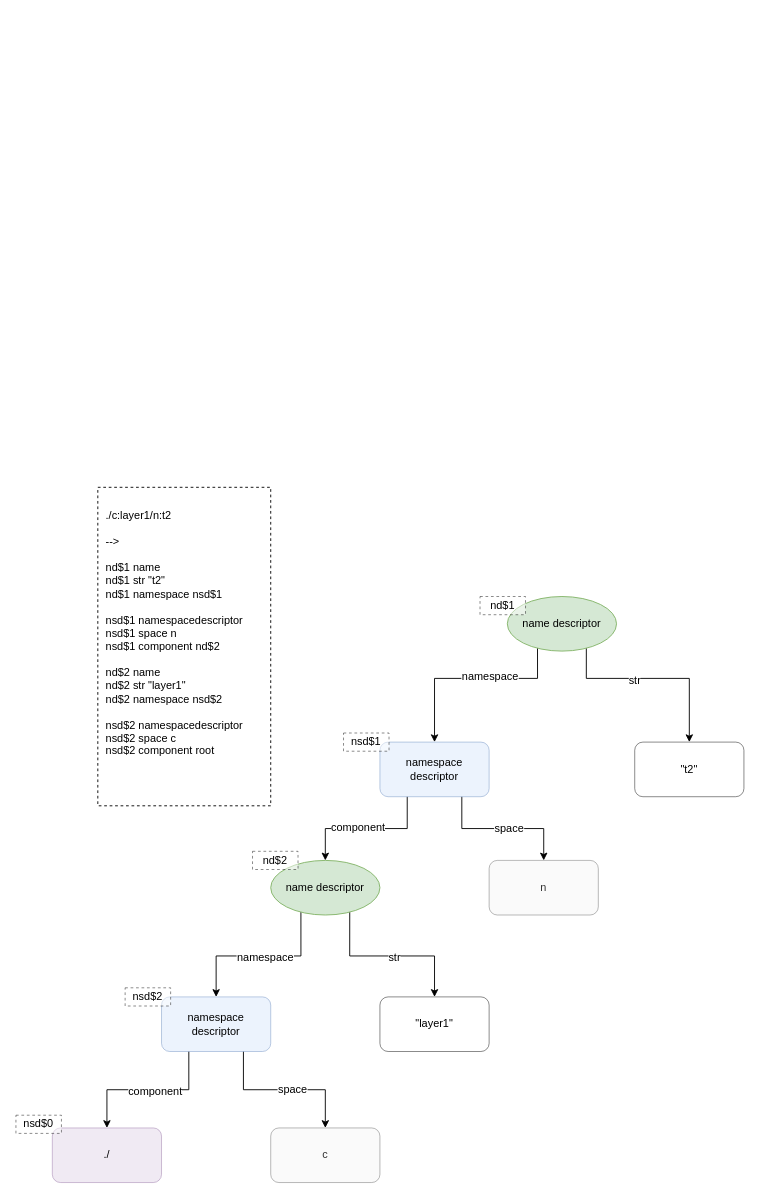
Before: page "namespaces" (14 of 21) of hello manual.drawio in guitarvydas/asc-manually, a draw.io diagram. Source tidied: cells renumbered, new cells numbered last; positions are measured from the earlier drawing's top-left corner, leaving out a move shared by most shapes. Both pictures are drawn from the tidied source at 91%, with x=0, y=0 at pixel (15, 487).
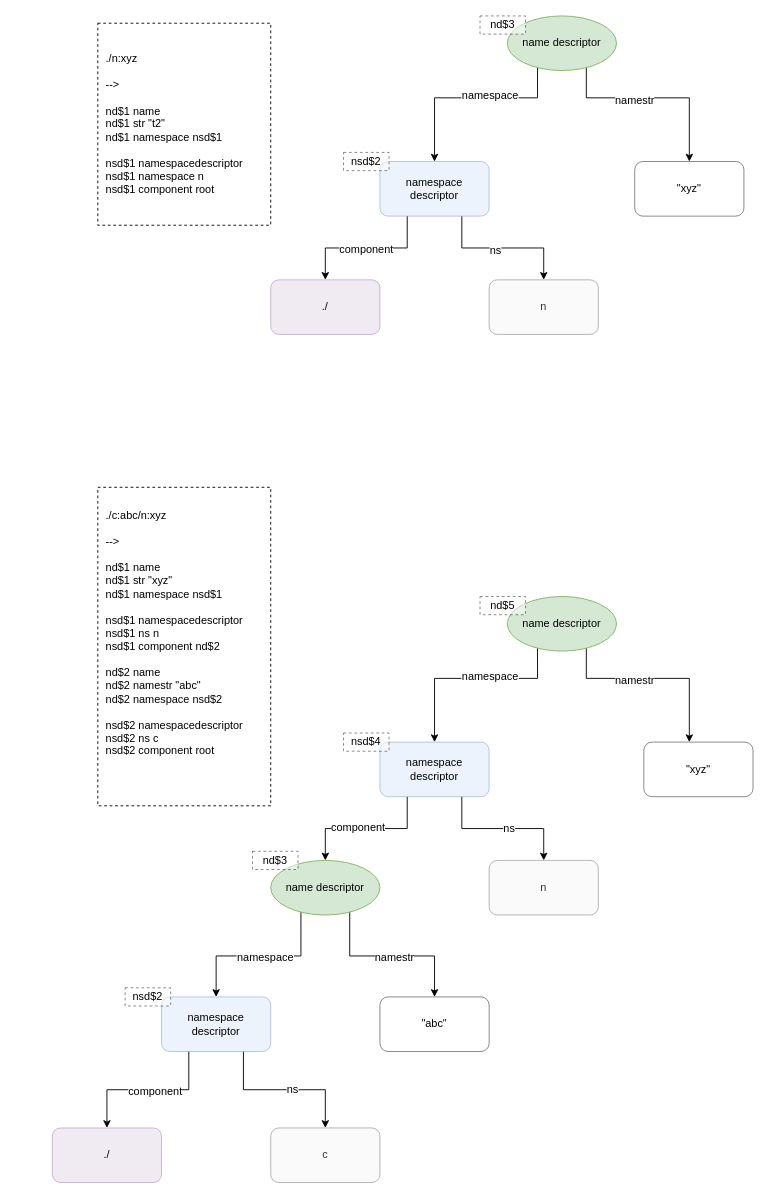
The same page after the edit.

Unchanged cells that the change refers to:
```xml
<mxCell id="7" value="name descriptor" style="ellipse;whiteSpace=wrap;html=1;fontFamily=Helvetica;fontSize=12;fontColor=#000000;align=center;strokeColor=#82b366;fillColor=#d5e8d4;" parent="1" vertex="1">
  <mxGeometry x="540" y="120" width="120" height="60" as="geometry" />
</mxCell>
<mxCell id="9" style="edgeStyle=orthogonalEdgeStyle;rounded=0;jettySize=auto;html=1;exitX=0.75;exitY=1;exitDx=0;exitDy=0;entryX=0.5;entryY=0;entryDx=0;entryDy=0;" parent="1" edge="1" source="13" target="20">
  <mxGeometry relative="1" as="geometry" />
</mxCell>
<mxCell id="14" style="edgeStyle=orthogonalEdgeStyle;rounded=0;jettySize=auto;html=1;exitX=0.75;exitY=1;exitDx=0;exitDy=0;entryX=0.5;entryY=0;entryDx=0;entryDy=0;" parent="1" edge="1" source="18" target="19">
  <mxGeometry relative="1" as="geometry" />
</mxCell>
<mxCell id="21" style="edgeStyle=orthogonalEdgeStyle;rounded=0;jettySize=auto;html=1;exitX=0.75;exitY=1;exitDx=0;exitDy=0;entryX=0.5;entryY=0;entryDx=0;entryDy=0;" parent="1" edge="1" source="25" target="27">
  <mxGeometry relative="1" as="geometry" />
</mxCell>
```

The edit, as a diff of the source:
```diff
@@
-    <mxCell id="2" value="&lt;div&gt;./c:layer1/n:t2&lt;/div&gt;&lt;div&gt;&lt;br&gt;&lt;/div&gt;&lt;div&gt;--&amp;gt;&lt;/div&gt;&lt;div&gt;&lt;br&gt;&lt;/div&gt;&lt;div&gt;&lt;div&gt;nd$1 name&lt;/div&gt;&lt;div&gt;nd$1 str &quot;t2&quot;&lt;/div&gt;&lt;div&gt;nd$1 namespace nsd$1&lt;/div&gt;&lt;div&gt;&lt;br&gt;&lt;/div&gt;&lt;div&gt;nsd$1 namespacedescriptor&lt;/div&gt;&lt;div&gt;nsd$1 space n&lt;/div&gt;&lt;div&gt;nsd$1 component nd$2&lt;/div&gt;&lt;div&gt;&lt;br&gt;&lt;/div&gt;&lt;div&gt;nd$2 name&lt;/div&gt;&lt;div&gt;nd$2 str &quot;layer1&quot;&lt;/div&gt;&lt;div&gt;nd$2 namespace nsd$2&lt;/div&gt;&lt;div&gt;&lt;br&gt;&lt;/div&gt;&lt;div&gt;nsd$2 namespacedescriptor&lt;/div&gt;&lt;div&gt;nsd$2 space c&lt;/div&gt;&lt;div&gt;nsd$2 component root&lt;/div&gt;&lt;div&gt;&lt;br&gt;&lt;/div&gt;&lt;div&gt;&lt;br&gt;&lt;/div&gt;&lt;/div&gt;" style="rounded=0;whiteSpace=wrap;html=1;fontFamily=Helvetica;fontSize=12;fontColor=#000000;align=left;strokeColor=#000000;fillColor=#ffffff;spacing=9;dashed=1;" parent="1" vertex="1">
+    <mxCell id="2" value="&lt;div&gt;./c:abc/n:xyz&lt;/div&gt;&lt;div&gt;&lt;br&gt;&lt;/div&gt;&lt;div&gt;--&amp;gt;&lt;/div&gt;&lt;div&gt;&lt;br&gt;&lt;/div&gt;&lt;div&gt;&lt;div&gt;nd$1 name&lt;/div&gt;&lt;div&gt;nd$1 str &quot;xyz&quot;&lt;/div&gt;&lt;div&gt;nd$1 namespace nsd$1&lt;/div&gt;&lt;div&gt;&lt;br&gt;&lt;/div&gt;&lt;div&gt;nsd$1 namespacedescriptor&lt;/div&gt;&lt;div&gt;nsd$1 ns n&lt;/div&gt;&lt;div&gt;nsd$1 component nd$2&lt;/div&gt;&lt;div&gt;&lt;br&gt;&lt;/div&gt;&lt;div&gt;nd$2 name&lt;/div&gt;&lt;div&gt;nd$2 namestr &quot;abc&quot;&lt;/div&gt;&lt;div&gt;nd$2 namespace nsd$2&lt;/div&gt;&lt;div&gt;&lt;br&gt;&lt;/div&gt;&lt;div&gt;nsd$2 namespacedescriptor&lt;/div&gt;&lt;div&gt;nsd$2 ns c&lt;/div&gt;&lt;div&gt;nsd$2 component root&lt;/div&gt;&lt;div&gt;&lt;br&gt;&lt;/div&gt;&lt;div&gt;&lt;br&gt;&lt;/div&gt;&lt;/div&gt;" style="rounded=0;whiteSpace=wrap;html=1;fontFamily=Helvetica;fontSize=12;fontColor=#000000;align=left;strokeColor=#000000;fillColor=#ffffff;spacing=9;dashed=1;" parent="1" vertex="1">
       <mxGeometry x="90" width="190" height="350" as="geometry" />
     </mxCell>
-    <mxCell id="3" style="edgeStyle=orthogonalEdgeStyle;rounded=0;jettySize=auto;html=1;exitX=0.75;exitY=1;exitDx=0;exitDy=0;entryX=0.5;entryY=0;entryDx=0;entryDy=0;" parent="1" edge="1" source="7" target="8">
+    <mxCell id="3" style="edgeStyle=orthogonalEdgeStyle;rounded=0;jettySize=auto;html=1;exitX=0.75;exitY=1;exitDx=0;exitDy=0;entryX=0.5;entryY=0;entryDx=0;entryDy=0;" parent="1" edge="1" source="7">
       <mxGeometry relative="1" as="geometry">
+        <mxPoint x="740" y="280" as="targetPoint" />
         <Array as="points">
           <mxPoint x="627" y="210" />
           <mxPoint x="740" y="210" />
         </Array>
       </mxGeometry>
     </mxCell>
-    <mxCell id="4" value="str" style="text;html=1;align=center;verticalAlign=middle;labelBackgroundColor=#ffffff;" parent="3" vertex="1">
+    <mxCell id="4" value="namestr" style="text;html=1;align=center;verticalAlign=middle;labelBackgroundColor=#ffffff;" parent="3" vertex="1">
       <mxGeometry x="0.23" y="-2" relative="1" as="geometry">
         <mxPoint x="-47" as="offset" />
       </mxGeometry>
     </mxCell>
@@
-    <mxCell id="8" value="&quot;t2&quot;" style="rounded=1;whiteSpace=wrap;html=1;opacity=50;" parent="1" vertex="1">
-      <mxGeometry x="680" y="280" width="120" height="60" as="geometry" />
+    <mxCell id="8" value="&quot;xyz&quot;" style="rounded=1;whiteSpace=wrap;html=1;opacity=50;" parent="1" vertex="1">
+      <mxGeometry x="690" y="280" width="120" height="60" as="geometry" />
     </mxCell>
@@
-    <mxCell id="10" value="str" style="text;html=1;align=center;verticalAlign=middle;labelBackgroundColor=#ffffff;" parent="9" vertex="1">
+    <mxCell id="10" value="namestr" style="text;html=1;align=center;verticalAlign=middle;labelBackgroundColor=#ffffff;" parent="9" vertex="1">
       <mxGeometry x="0.27" y="-1" relative="1" as="geometry">
         <mxPoint x="-21" as="offset" />
       </mxGeometry>
     </mxCell>
@@
-    <mxCell id="15" value="space" style="text;html=1;align=center;verticalAlign=middle;labelBackgroundColor=#ffffff;" parent="14" vertex="1">
+    <mxCell id="15" value="ns" style="text;html=1;align=center;verticalAlign=middle;labelBackgroundColor=#ffffff;" parent="14" vertex="1">
       <mxGeometry x="0.29" y="1" relative="1" as="geometry">
         <mxPoint x="-17" as="offset" />
       </mxGeometry>
     </mxCell>
@@
-    <mxCell id="20" value="&quot;layer1&quot;" style="rounded=1;whiteSpace=wrap;html=1;opacity=50;" parent="1" vertex="1">
+    <mxCell id="20" value="&quot;abc&quot;" style="rounded=1;whiteSpace=wrap;html=1;opacity=50;" parent="1" vertex="1">
       <mxGeometry x="400" y="560" width="120" height="60" as="geometry" />
     </mxCell>
@@
-    <mxCell id="22" value="space" style="text;html=1;align=center;verticalAlign=middle;labelBackgroundColor=#ffffff;" parent="21" vertex="1">
+    <mxCell id="22" value="ns" style="text;html=1;align=center;verticalAlign=middle;labelBackgroundColor=#ffffff;" parent="21" vertex="1">
       <mxGeometry x="0.09" y="1" relative="1" as="geometry" />
     </mxCell>
@@
-    <mxCell id="28" value="nd$1" style="rounded=0;whiteSpace=wrap;html=1;opacity=50;dashed=1;" parent="1" vertex="1">
+    <mxCell id="28" value="nd$5" style="rounded=0;whiteSpace=wrap;html=1;opacity=50;dashed=1;" parent="1" vertex="1">
       <mxGeometry x="510" y="120" width="50" height="20" as="geometry" />
     </mxCell>
-    <mxCell id="29" value="nd$2" style="rounded=0;whiteSpace=wrap;html=1;opacity=50;dashed=1;" parent="1" vertex="1">
+    <mxCell id="29" value="nd$3" style="rounded=0;whiteSpace=wrap;html=1;opacity=50;dashed=1;" parent="1" vertex="1">
       <mxGeometry x="260" y="400" width="50" height="20" as="geometry" />
     </mxCell>
-    <mxCell id="30" value="nsd$1" style="rounded=0;whiteSpace=wrap;html=1;opacity=50;dashed=1;" parent="1" vertex="1">
+    <mxCell id="30" value="nsd$4" style="rounded=0;whiteSpace=wrap;html=1;opacity=50;dashed=1;" parent="1" vertex="1">
       <mxGeometry x="360" y="270" width="50" height="20" as="geometry" />
     </mxCell>
@@
-    <mxCell id="32" value="nsd$0" style="rounded=0;whiteSpace=wrap;html=1;opacity=50;dashed=1;" parent="1" vertex="1">
-      <mxGeometry y="690" width="50" height="20" as="geometry" />
-    </mxCell>
+    <mxCell id="33" value="&lt;div&gt;./n:xyz&lt;/div&gt;&lt;div&gt;&lt;br&gt;&lt;/div&gt;&lt;div&gt;--&amp;gt;&lt;/div&gt;&lt;div&gt;&lt;br&gt;&lt;/div&gt;&lt;div&gt;&lt;div&gt;nd$1 name&lt;/div&gt;&lt;div&gt;nd$1 str &quot;t2&quot;&lt;/div&gt;&lt;div&gt;nd$1 namespace nsd$1&lt;/div&gt;&lt;div&gt;&lt;br&gt;&lt;/div&gt;&lt;div&gt;nsd$1 namespacedescriptor&lt;/div&gt;&lt;div&gt;nsd$1 namespace n&lt;/div&gt;&lt;div&gt;nsd$1 component root&lt;/div&gt;&lt;/div&gt;" style="rounded=0;whiteSpace=wrap;html=1;fontFamily=Helvetica;fontSize=12;fontColor=#000000;align=left;strokeColor=#000000;fillColor=#ffffff;spacing=9;dashed=1;" parent="1" vertex="1">
+      <mxGeometry x="90" y="-510" width="190" height="222" as="geometry" />
+    </mxCell>
+    <mxCell id="34" style="edgeStyle=orthogonalEdgeStyle;rounded=0;jettySize=auto;html=1;exitX=0.75;exitY=1;exitDx=0;exitDy=0;entryX=0.5;entryY=0;entryDx=0;entryDy=0;" parent="1" edge="1" source="38" target="39">
+      <mxGeometry relative="1" as="geometry">
+        <Array as="points">
+          <mxPoint x="627" y="-428" />
+          <mxPoint x="740" y="-428" />
+        </Array>
+      </mxGeometry>
+    </mxCell>
+    <mxCell id="35" value="namestr" style="text;html=1;align=center;verticalAlign=middle;labelBackgroundColor=#ffffff;" parent="34" vertex="1">
+      <mxGeometry x="0.23" y="-2" relative="1" as="geometry">
+        <mxPoint x="-47" as="offset" />
+      </mxGeometry>
+    </mxCell>
+    <mxCell id="36" style="edgeStyle=orthogonalEdgeStyle;rounded=0;jettySize=auto;html=1;exitX=0.25;exitY=1;exitDx=0;exitDy=0;" parent="1" edge="1" source="38" target="44">
+      <mxGeometry relative="1" as="geometry">
+        <Array as="points">
+          <mxPoint x="573" y="-428" />
+          <mxPoint x="460" y="-428" />
+        </Array>
+      </mxGeometry>
+    </mxCell>
+    <mxCell id="37" value="namespace" style="text;html=1;align=center;verticalAlign=middle;labelBackgroundColor=#ffffff;" parent="36" vertex="1">
+      <mxGeometry x="0.06" y="-3" relative="1" as="geometry">
+        <mxPoint x="29" as="offset" />
+      </mxGeometry>
+    </mxCell>
+    <mxCell id="38" value="name descriptor" style="ellipse;whiteSpace=wrap;html=1;fontFamily=Helvetica;fontSize=12;fontColor=#000000;align=center;strokeColor=#82b366;fillColor=#d5e8d4;" parent="1" vertex="1">
+      <mxGeometry x="540" y="-518" width="120" height="60" as="geometry" />
+    </mxCell>
+    <mxCell id="39" value="&quot;xyz&quot;" style="rounded=1;whiteSpace=wrap;html=1;opacity=50;" parent="1" vertex="1">
+      <mxGeometry x="680" y="-358" width="120" height="60" as="geometry" />
+    </mxCell>
+    <mxCell id="40" style="edgeStyle=orthogonalEdgeStyle;rounded=0;jettySize=auto;html=1;exitX=0.75;exitY=1;exitDx=0;exitDy=0;entryX=0.5;entryY=0;entryDx=0;entryDy=0;" parent="1" edge="1" source="44" target="45">
+      <mxGeometry relative="1" as="geometry" />
+    </mxCell>
+    <mxCell id="41" value="ns" style="text;html=1;align=center;verticalAlign=middle;labelBackgroundColor=#ffffff;" parent="40" vertex="1">
+      <mxGeometry x="-0.11" y="-2" relative="1" as="geometry" />
+    </mxCell>
+    <mxCell id="42" style="edgeStyle=orthogonalEdgeStyle;rounded=0;jettySize=auto;html=1;exitX=0.25;exitY=1;exitDx=0;exitDy=0;entryX=0.5;entryY=0;entryDx=0;entryDy=0;" parent="1" edge="1" source="44" target="46">
+      <mxGeometry relative="1" as="geometry" />
+    </mxCell>
+    <mxCell id="43" value="component" style="text;html=1;align=center;verticalAlign=middle;labelBackgroundColor=#ffffff;" parent="42" vertex="1">
+      <mxGeometry x="0.16" y="1" relative="1" as="geometry">
+        <mxPoint x="12.5" as="offset" />
+      </mxGeometry>
+    </mxCell>
+    <mxCell id="44" value="namespace descriptor" style="rounded=1;whiteSpace=wrap;html=1;opacity=50;fillColor=#dae8fc;strokeColor=#6c8ebf;" parent="1" vertex="1">
+      <mxGeometry x="400" y="-358" width="120" height="60" as="geometry" />
+    </mxCell>
+    <mxCell id="45" value="n" style="rounded=1;whiteSpace=wrap;html=1;opacity=50;fillColor=#f5f5f5;strokeColor=#666666;fontColor=#333333;" parent="1" vertex="1">
+      <mxGeometry x="520" y="-228" width="120" height="60" as="geometry" />
+    </mxCell>
+    <mxCell id="46" value="./" style="rounded=1;whiteSpace=wrap;html=1;opacity=50;fillColor=#e1d5e7;strokeColor=#9673a6;" parent="1" vertex="1">
+      <mxGeometry x="280" y="-228" width="120" height="60" as="geometry" />
+    </mxCell>
+    <mxCell id="47" value="nd$3" style="rounded=0;whiteSpace=wrap;html=1;opacity=50;dashed=1;" parent="1" vertex="1">
+      <mxGeometry x="510" y="-518" width="50" height="20" as="geometry" />
+    </mxCell>
+    <mxCell id="48" value="nsd$2" style="rounded=0;whiteSpace=wrap;html=1;opacity=50;dashed=1;" parent="1" vertex="1">
+      <mxGeometry x="360" y="-368" width="50" height="20" as="geometry" />
+    </mxCell>
```
